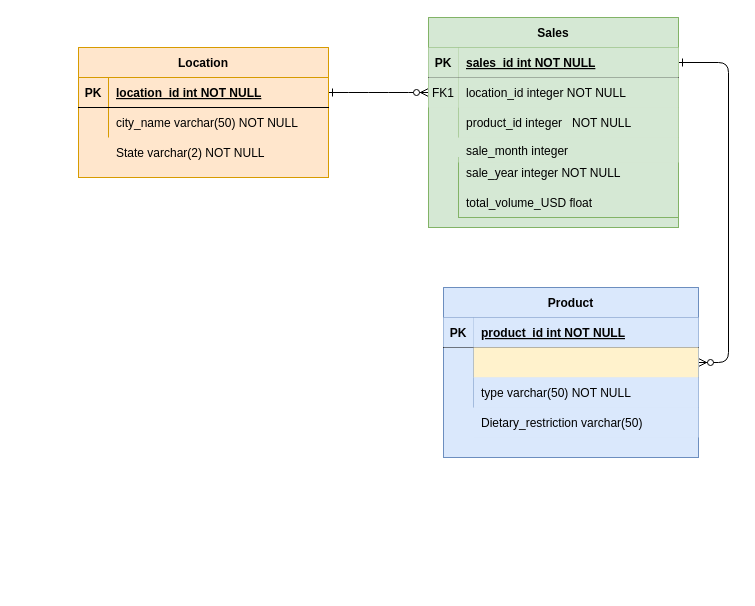
Earlier version of the draw.io diagram Untitled Diagram.drawio (littlek/Bootcamp). Source tidied: cells renumbered, new cells numbered last; positions are measured from the earlier drawing's top-left corner, leaving out a move shared by most shapes. Both pictures are drawn from the tidied source at 100%, with x=0, y=0 at pixel (78, 17).
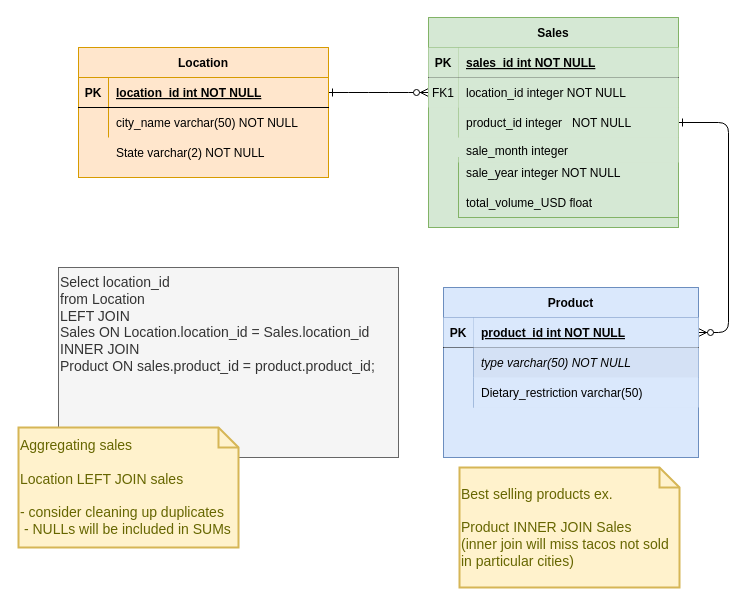
Above is the later version.

Commit message:
NA bootcamp - SQL ERD - Chipotle schema

Unchanged cells that the change refers to:
```xml
<mxCell id="15" style="group;fillColor=#dae8fc;strokeColor=#6c8ebf;" parent="1" vertex="1">
  <mxGeometry x="365" y="270" width="255" height="170" as="geometry" />
</mxCell>
<mxCell id="17" style="shape=partialRectangle;fillColor=none;points=[[0,0.5],[1,0.5]];portConstraint=eastwest;top=0;left=0;right=0;bottom=1;" parent="16" vertex="1">
  <mxGeometry y="30" width="255" height="30" as="geometry" />
</mxCell>
<mxCell id="20" style="shape=partialRectangle;fillColor=none;points=[[0,0.5],[1,0.5]];portConstraint=eastwest;top=0;left=0;right=0;bottom=0;" parent="16" vertex="1">
  <mxGeometry y="60" width="255" height="30" as="geometry" />
</mxCell>
<mxCell id="23" style="shape=partialRectangle;fillColor=none;top=0;left=0;right=0;bottom=0;" parent="16" vertex="1">
  <mxGeometry y="90" width="255" height="30" as="geometry" />
</mxCell>
<mxCell id="29" style="shape=partialRectangle;fillColor=none;points=[[0,0.5],[1,0.5]];portConstraint=eastwest;top=0;left=0;right=0;bottom=1;" parent="28" vertex="1">
  <mxGeometry y="30" width="250" height="30" as="geometry" />
</mxCell>
<mxCell id="35" style="shape=partialRectangle;fillColor=none;points=[[0,0.5],[1,0.5]];portConstraint=eastwest;top=0;left=0;right=0;bottom=0;" parent="28" vertex="1">
  <mxGeometry y="90" width="250" height="30" as="geometry" />
</mxCell>
```

What changed in the source:
```diff
@@
-    <mxCell id="3" style="edgeStyle=entityRelationEdgeStyle;endArrow=ERzeroToMany;startArrow=ERone;endFill=1;startFill=0;" parent="1" edge="1" source="29" target="20">
+    <mxCell id="3" style="edgeStyle=entityRelationEdgeStyle;endArrow=ERzeroToMany;startArrow=ERone;endFill=1;startFill=0;exitX=1;exitY=0.5;exitDx=0;exitDy=0;" parent="1" edge="1" source="35" target="17">
       <mxGeometry relative="1" as="geometry" />
     </mxCell>
@@
-    <mxCell id="22" style="shape=partialRectangle;overflow=hidden;fillColor=#fff2cc;top=0;left=0;bottom=0;right=0;align=left;spacingLeft=6;strokeColor=#d6b656;fontStyle=2;" parent="20" vertex="1">
+    <mxCell id="22" value="type varchar(50) NOT NULL" style="shape=partialRectangle;overflow=hidden;top=0;left=0;bottom=0;right=0;align=left;spacingLeft=6;strokeColor=#d6b656;fontStyle=2;fillColor=#D4E1F5;" parent="20" vertex="1">
       <mxGeometry x="30" width="225" height="30" as="geometry" />
     </mxCell>
@@
-    <mxCell id="25" value="type varchar(50) NOT NULL" style="shape=partialRectangle;overflow=hidden;fillColor=#dae8fc;top=0;left=0;bottom=0;right=0;align=left;spacingLeft=6;strokeColor=#6c8ebf;" parent="23" vertex="1">
+    <mxCell id="25" value="Dietary_restriction varchar(50) " style="shape=partialRectangle;overflow=hidden;fillColor=#dae8fc;top=0;left=0;bottom=0;right=0;align=left;spacingLeft=6;strokeColor=#6c8ebf;" parent="23" vertex="1">
       <mxGeometry x="30" width="225" height="30" as="geometry" />
     </mxCell>
-    <mxCell id="26" value="Dietary_restriction varchar(50) " style="shape=partialRectangle;overflow=hidden;fillColor=#dae8fc;top=0;left=0;bottom=0;right=0;align=left;spacingLeft=6;strokeColor=#6c8ebf;" parent="15" vertex="1">
-      <mxGeometry x="30" y="120" width="225" height="30" as="geometry" />
-    </mxCell>
@@
+    <mxCell id="42" value="Select location_id&amp;nbsp;&lt;br style=&quot;font-size: 14px&quot;&gt;from Location&lt;br style=&quot;font-size: 14px&quot;&gt;LEFT JOIN&lt;br style=&quot;font-size: 14px&quot;&gt;Sales ON Location.location_id = Sales.location_id&lt;br&gt;INNER JOIN&lt;br&gt;Product ON sales.product_id = product.product_id;&lt;br&gt;&lt;br&gt;&lt;br&gt;" style="text;html=1;align=left;verticalAlign=top;whiteSpace=wrap;rounded=0;labelBackgroundColor=none;labelBorderColor=none;fillColor=#f5f5f5;strokeColor=#666666;fontColor=#333333;fontSize=14;" parent="1" vertex="1">
+      <mxGeometry x="-20" y="250" width="340" height="190" as="geometry" />
+    </mxCell>
+    <mxCell id="43" value="Aggregating sales&lt;br&gt;&lt;br&gt;Location LEFT JOIN sales&lt;br&gt;&lt;br&gt;- consider cleaning up duplicates&lt;br&gt;&amp;nbsp;- NULLs will be included in SUMs" style="shape=note;strokeWidth=2;fontSize=14;size=20;whiteSpace=wrap;html=1;fillColor=#fff2cc;strokeColor=#d6b656;fontColor=#666600;labelBackgroundColor=none;align=left;" parent="1" vertex="1">
+      <mxGeometry x="-60" y="410" width="220" height="120" as="geometry" />
+    </mxCell>
+    <mxCell id="44" value="Best selling products ex.&lt;br&gt;&lt;br&gt;Product INNER JOIN Sales&amp;nbsp;&lt;br&gt;(inner join will miss tacos not sold in particular cities)" style="shape=note;strokeWidth=2;fontSize=14;size=20;whiteSpace=wrap;html=1;fillColor=#fff2cc;strokeColor=#d6b656;fontColor=#666600;labelBackgroundColor=none;align=left;" parent="1" vertex="1">
+      <mxGeometry x="381" y="450" width="220" height="120" as="geometry" />
+    </mxCell>
```
